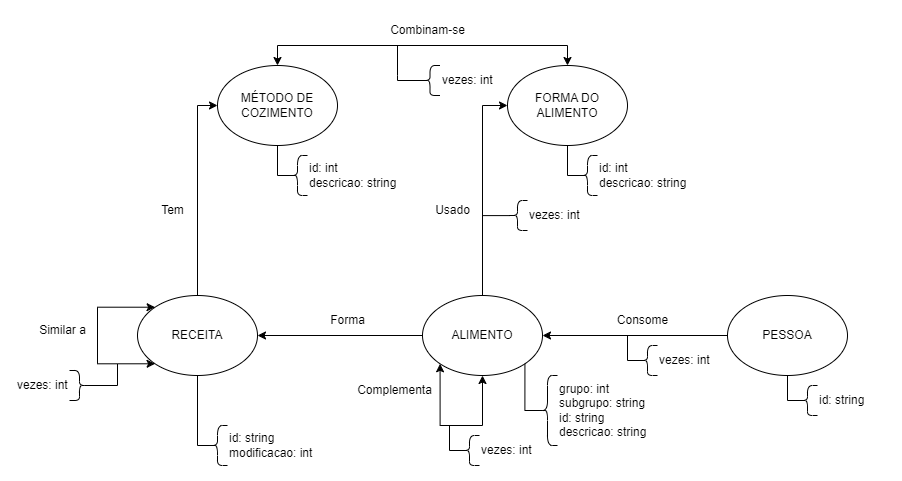
Above: lab07/images/modelo-logico-grafos.png in phdaccache/MC536-GPABD (draw.io), before the change. Source tidied: cells renumbered, new cells last; positions are measured from the earlier drawing's top-left corner, leaving out a move shared by most shapes.
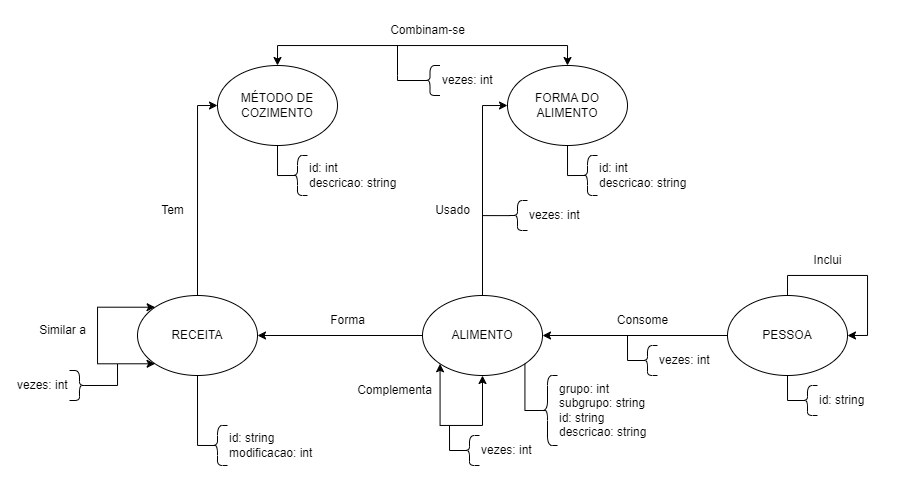
The same file after the commit.

Commit message:
Cria aresta de pessoa

Change to the diagram source:
```diff
@@ -154,6 +154,9 @@
         </Array>
       </mxGeometry>
     </mxCell>
+    <mxCell id="58" style="edgeStyle=orthogonalEdgeStyle;rounded=0;orthogonalLoop=1;jettySize=auto;html=1;exitX=0.5;exitY=0;exitDx=0;exitDy=0;entryX=1;entryY=0.5;entryDx=0;entryDy=0;" parent="34" edge="1" source="35" target="35">
+      <mxGeometry relative="1" as="geometry" />
+    </mxCell>
     <mxCell id="40" value="Tem" style="text;html=1;align=center;verticalAlign=middle;strokeColor=none;fillColor=none;" parent="1" vertex="1">
       <mxGeometry x="132" y="180" width="50" height="30" as="geometry" />
     </mxCell>
@@ -225,5 +228,8 @@
     <mxCell id="57" value="id: string&lt;br&gt;modificacao: int" style="text;html=1;align=left;verticalAlign=middle;strokeColor=none;fillColor=none;" parent="1" vertex="1">
       <mxGeometry x="212" y="410" width="110" height="40" as="geometry" />
     </mxCell>
+    <mxCell id="59" value="Inclui" style="text;html=1;align=center;verticalAlign=middle;strokeColor=none;fillColor=none;" parent="1" vertex="1">
+      <mxGeometry x="787" y="230" width="50" height="30" as="geometry" />
+    </mxCell>
   </root>
 </mxGraphModel>
```
